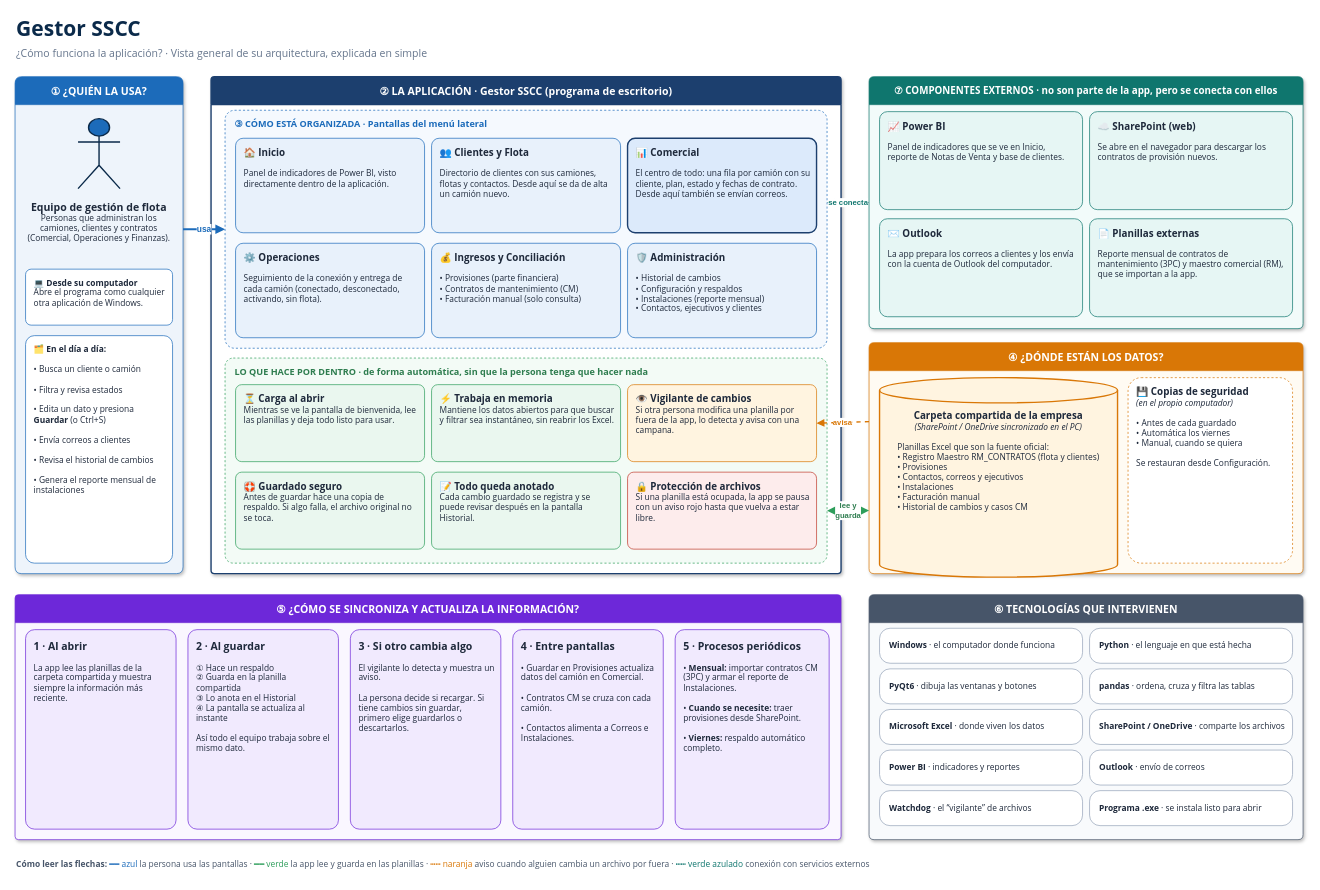
This is Fase 2/Evidencias Proyecto/Evidencias de documentación/diagramas/arquitectura_general.drawio from felipeMon20/PTY4614-302-EQUIPO-2, a draw.io file, before an edit. Source tidied: cells renumbered, new cells numbered last; positions are measured from the earlier drawing's top-left corner, leaving out a move shared by most shapes. Both pictures are drawn from the tidied source at 70%, with x=0, y=0 at pixel (15, 12).
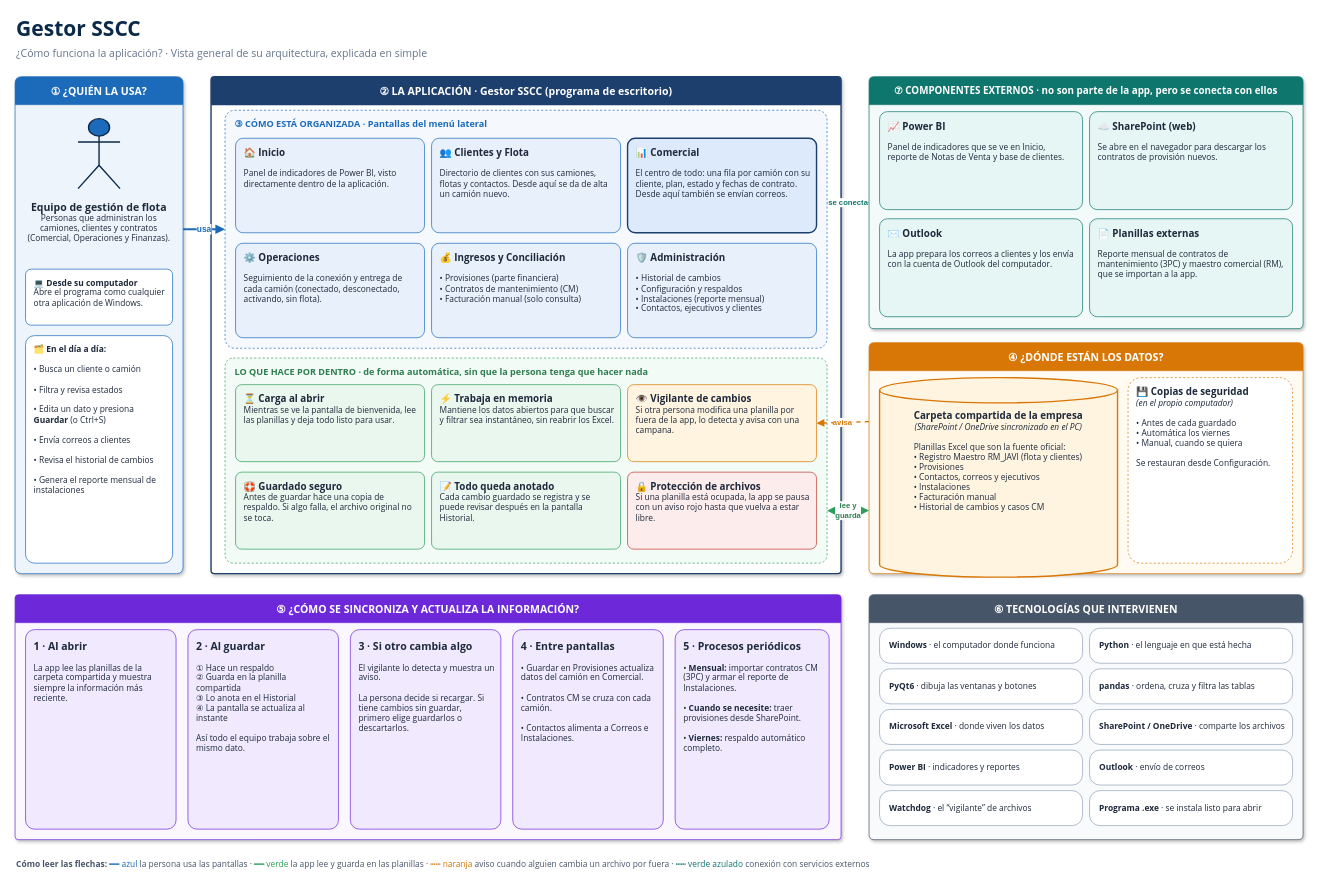
The same page after the edit.

Change to the diagram source:
```diff
@@
-    <mxCell id="30" value="&lt;b&gt;&lt;font style=&quot;font-size:14px&quot;&gt;Carpeta compartida de la empresa&lt;/font&gt;&lt;/b&gt;&lt;br&gt;&lt;i&gt;(SharePoint / OneDrive sincronizado en el PC)&lt;/i&gt;&lt;br&gt;&lt;br&gt;&lt;div style=&quot;text-align:left&quot;&gt;Planillas Excel que son la fuente oficial:&lt;br&gt;• Registro Maestro RM_CONTRATOS (flota y clientes)&lt;br&gt;• Provisiones&lt;br&gt;• Contactos, correos y ejecutivos&lt;br&gt;• Instalaciones&lt;br&gt;• Facturación manual&lt;br&gt;• Historial de cambios y casos CM&lt;/div&gt;" style="shape=cylinder3;whiteSpace=wrap;html=1;boundedLbl=1;backgroundOutline=1;size=18;fillColor=#FFF4E0;strokeColor=#D97706;strokeWidth=2;fontSize=12;fontColor=#1E293B;verticalAlign=top;spacingTop=4;fontFamily=Segoe UI;" parent="1" vertex="1">
+    <mxCell id="30" value="&lt;b&gt;&lt;font style=&quot;font-size:14px&quot;&gt;Carpeta compartida de la empresa&lt;/font&gt;&lt;/b&gt;&lt;br&gt;&lt;i&gt;(SharePoint / OneDrive sincronizado en el PC)&lt;/i&gt;&lt;br&gt;&lt;br&gt;&lt;div style=&quot;text-align:left&quot;&gt;Planillas Excel que son la fuente oficial:&lt;br&gt;• Registro Maestro RM_JAVI (flota y clientes)&lt;br&gt;• Provisiones&lt;br&gt;• Contactos, correos y ejecutivos&lt;br&gt;• Instalaciones&lt;br&gt;• Facturación manual&lt;br&gt;• Historial de cambios y casos CM&lt;/div&gt;" style="shape=cylinder3;whiteSpace=wrap;html=1;boundedLbl=1;backgroundOutline=1;size=18;fillColor=#FFF4E0;strokeColor=#D97706;strokeWidth=2;fontSize=12;fontColor=#1E293B;verticalAlign=top;spacingTop=4;fontFamily=Segoe UI;" parent="1" vertex="1">
       <mxGeometry x="1235" y="522" width="340" height="285" as="geometry" />
     </mxCell>
```
